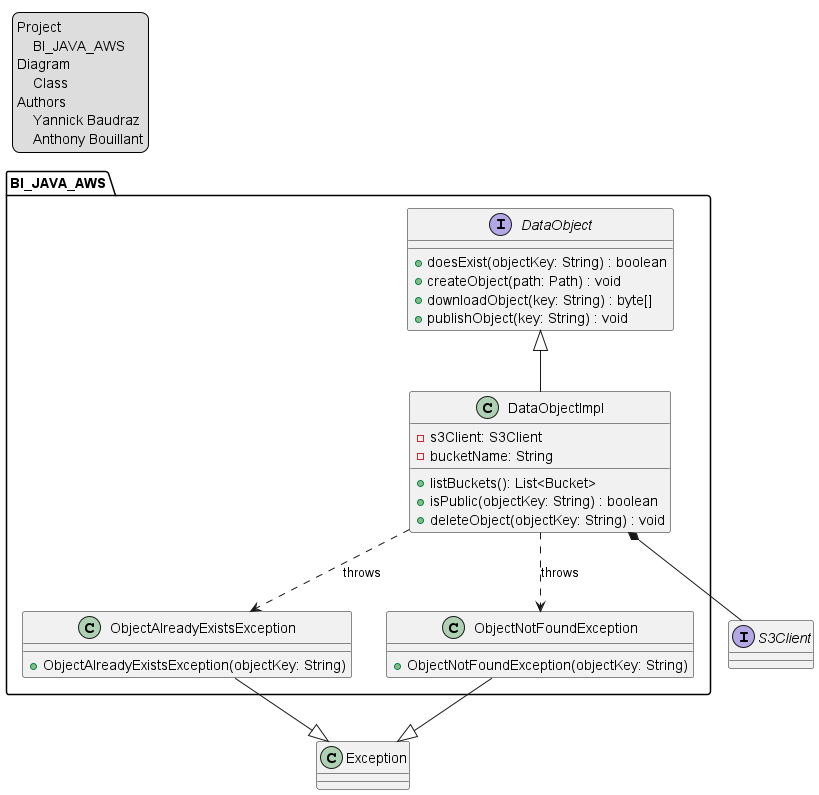
This is doc/classes/class_diagram.png from CPNV-ES-BI/BI_JAVA_AWS, a PlantUML export, as it was before one commit. The source it was exported from:
```plantuml
@startuml class_diagram

legend top left
    Project
        BI_JAVA_AWS
    Diagram
        Class
    Authors
        Yannick Baudraz
        Anthony Bouillant
endlegend

package BI_JAVA_AWS {
    interface DataObject {
        + doesExist(objectKey: String) : boolean
        + createObject(path: Path) : void
        + downloadObject(key: String) : byte[]
        + publishObject(key: String) : void
    }

    class DataObjectImpl {
        - s3Client: S3Client
        - bucketName: String
        + listBuckets(): List<Bucket>
        + isPublic(objectKey: String) : boolean
        + deleteObject(objectKey: String) : void
    }

    class ObjectAlreadyExistsException {
        + ObjectAlreadyExistsException(objectKey: String)
    }

    class ObjectNotFoundException {
        + ObjectNotFoundException(objectKey: String)
    }
}

class Exception

interface S3Client

DataObject <|-- DataObjectImpl

DataObjectImpl ..> ObjectAlreadyExistsException : throws
DataObjectImpl ..> ObjectNotFoundException : throws

ObjectAlreadyExistsException --|> Exception
ObjectNotFoundException --|> Exception

DataObjectImpl *-- S3Client

@enduml
```
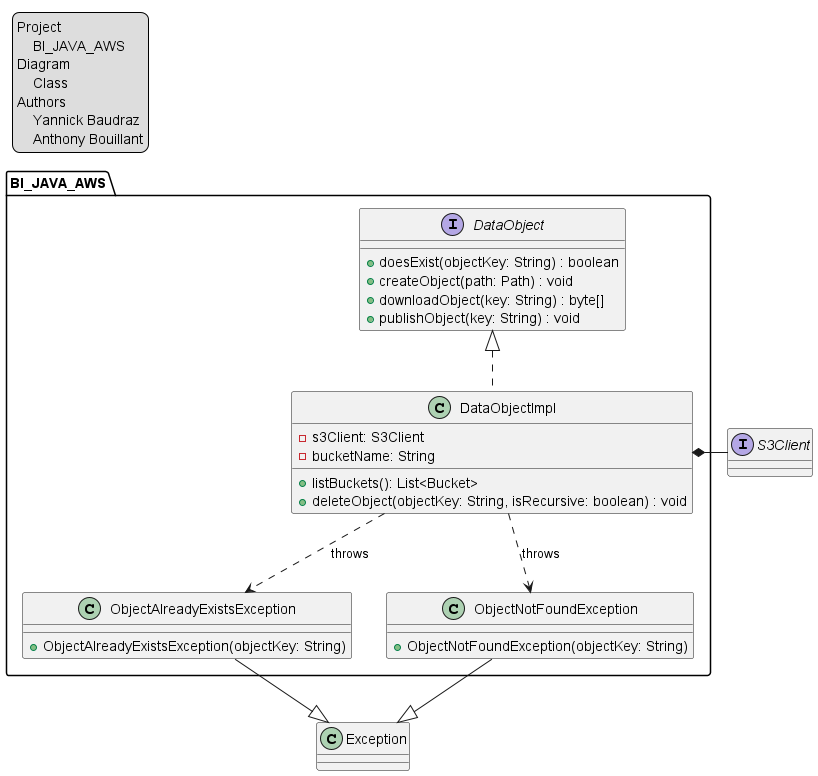
After the change.

What changed in the source:
```diff
@@ -22,8 +22,7 @@
         - s3Client: S3Client
         - bucketName: String
         + listBuckets(): List<Bucket>
-        + isPublic(objectKey: String) : boolean
-        + deleteObject(objectKey: String) : void
+        + deleteObject(objectKey: String, isRecursive: boolean) : void
     }
 
     class ObjectAlreadyExistsException {
@@ -39,7 +38,7 @@
 
 interface S3Client
 
-DataObject <|-- DataObjectImpl
+DataObject <|.. DataObjectImpl
 
 DataObjectImpl ..> ObjectAlreadyExistsException : throws
 DataObjectImpl ..> ObjectNotFoundException : throws
@@ -47,6 +46,6 @@
 ObjectAlreadyExistsException --|> Exception
 ObjectNotFoundException --|> Exception
 
-DataObjectImpl *-- S3Client
+DataObjectImpl *- S3Client
 
 @enduml
```
